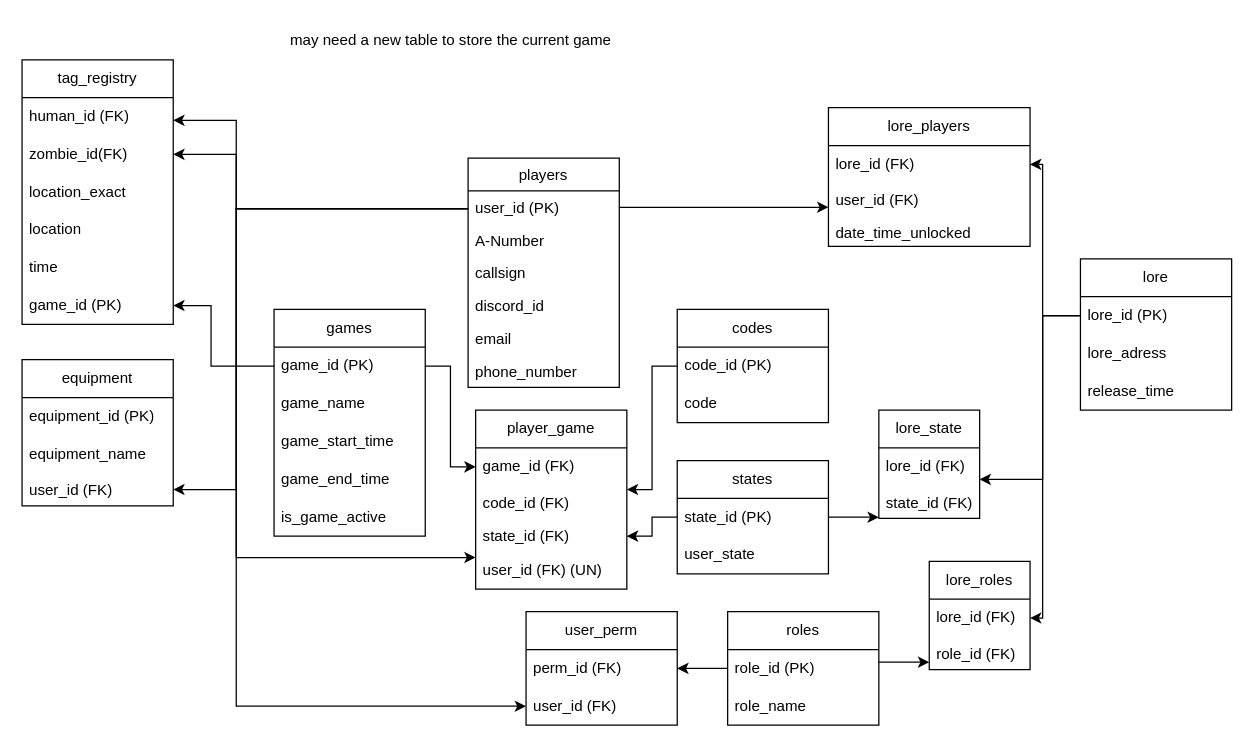
Before: HvZ SQL outline.drawio in hutonahill/HvZ_USU_Site, a draw.io diagram. Source tidied: cells renumbered, new cells numbered last; positions are measured from the earlier drawing's top-left corner, leaving out a move shared by most shapes. Both pictures are drawn from the tidied source at 126%, with x=0, y=0 at pixel (21, 21).
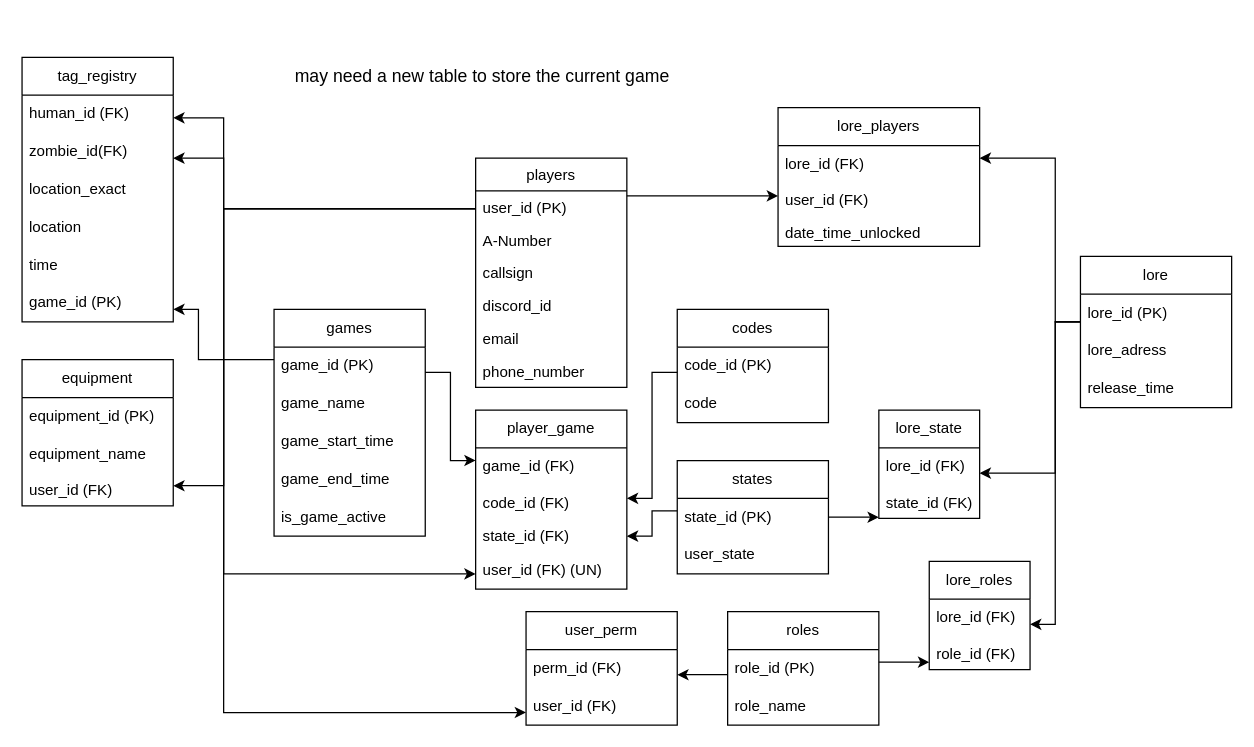
The same page after the edit.

Unchanged cells that the change refers to:
```xml
<mxCell id="3" value="user_id (PK)" style="text;align=left;verticalAlign=top;spacingLeft=4;spacingRight=4;overflow=hidden;points=[[0,0.5],[1,0.5]];portConstraint=eastwest;rounded=0;shadow=0;html=0;" parent="2" vertex="1">
  <mxGeometry y="26" width="120" height="26" as="geometry" />
</mxCell>
<mxCell id="10" value="code_id (PK)" style="text;strokeColor=none;fillColor=none;align=left;verticalAlign=middle;spacingLeft=4;spacingRight=4;overflow=hidden;points=[[0,0.5],[1,0.5]];portConstraint=eastwest;whiteSpace=wrap;html=1;" parent="9" vertex="1">
  <mxGeometry y="30" width="120" height="30" as="geometry" />
</mxCell>
<mxCell id="13" value="states" style="swimlane;fontStyle=0;horizontal=1;startSize=30;whiteSpace=wrap;html=1;" parent="1" vertex="1">
  <mxGeometry x="520" y="348" width="120" height="90" as="geometry" />
</mxCell>
<mxCell id="14" value="state_id (PK)" style="text;strokeColor=none;fillColor=none;align=left;verticalAlign=middle;spacingLeft=4;spacingRight=4;overflow=hidden;points=[[0,0.5],[1,0.5]];portConstraint=eastwest;whiteSpace=wrap;html=1;" parent="13" vertex="1">
  <mxGeometry y="30" width="120" height="30" as="geometry" />
</mxCell>
<mxCell id="17" value="role_id (PK)" style="text;strokeColor=none;fillColor=none;align=left;verticalAlign=middle;spacingLeft=4;spacingRight=4;overflow=hidden;points=[[0,0.5],[1,0.5]];portConstraint=eastwest;whiteSpace=wrap;html=1;" parent="16" vertex="1">
  <mxGeometry y="30" width="120" height="30" as="geometry" />
</mxCell>
<mxCell id="20" value="human_id (FK)" style="text;strokeColor=none;fillColor=none;align=left;verticalAlign=middle;spacingLeft=4;spacingRight=4;overflow=hidden;points=[[0,0.5],[1,0.5]];portConstraint=eastwest;whiteSpace=wrap;html=1;" parent="19" vertex="1">
  <mxGeometry y="30" width="120" height="30" as="geometry" />
</mxCell>
<mxCell id="21" value="zombie_id(FK)" style="text;strokeColor=none;fillColor=none;align=left;verticalAlign=middle;spacingLeft=4;spacingRight=4;overflow=hidden;points=[[0,0.5],[1,0.5]];portConstraint=eastwest;whiteSpace=wrap;html=1;" parent="19" vertex="1">
  <mxGeometry y="60" width="120" height="30" as="geometry" />
</mxCell>
<mxCell id="25" value="game_id (PK)" style="text;strokeColor=none;fillColor=none;align=left;verticalAlign=middle;spacingLeft=4;spacingRight=4;overflow=hidden;points=[[0,0.5],[1,0.5]];portConstraint=eastwest;whiteSpace=wrap;html=1;" parent="19" vertex="1">
  <mxGeometry y="180" width="120" height="30" as="geometry" />
</mxCell>
<mxCell id="30" value="lore_id (PK)" style="text;strokeColor=none;fillColor=none;align=left;verticalAlign=middle;spacingLeft=4;spacingRight=4;overflow=hidden;points=[[0,0.5],[1,0.5]];portConstraint=eastwest;whiteSpace=wrap;html=1;" parent="29" vertex="1">
  <mxGeometry y="30" width="120" height="30" as="geometry" />
</mxCell>
<mxCell id="34" value="lore_id (FK)" style="text;strokeColor=none;fillColor=none;align=left;verticalAlign=middle;spacingLeft=4;spacingRight=4;overflow=hidden;points=[[0,0.5],[1,0.5]];portConstraint=eastwest;whiteSpace=wrap;html=1;" parent="33" vertex="1">
  <mxGeometry y="30" width="160" height="30" as="geometry" />
</mxCell>
<mxCell id="35" value="user_id (FK)" style="text;align=left;verticalAlign=top;spacingLeft=4;spacingRight=4;overflow=hidden;points=[[0,0.5],[1,0.5]];portConstraint=eastwest;rounded=0;shadow=0;html=0;" parent="33" vertex="1">
  <mxGeometry y="60" width="160" height="26" as="geometry" />
</mxCell>
<mxCell id="41" value="user_id (FK)" style="text;align=left;verticalAlign=top;spacingLeft=4;spacingRight=4;overflow=hidden;points=[[0,0.5],[1,0.5]];portConstraint=eastwest;rounded=0;shadow=0;html=0;" parent="38" vertex="1">
  <mxGeometry y="90" width="120" height="26" as="geometry" />
</mxCell>
<mxCell id="45" value="lore_id (FK)" style="text;strokeColor=none;fillColor=none;align=left;verticalAlign=middle;spacingLeft=4;spacingRight=4;overflow=hidden;points=[[0,0.5],[1,0.5]];portConstraint=eastwest;whiteSpace=wrap;html=1;" parent="44" vertex="1">
  <mxGeometry y="30" width="80" height="30" as="geometry" />
</mxCell>
<mxCell id="46" value="state_id (FK)" style="text;align=left;verticalAlign=top;spacingLeft=4;spacingRight=4;overflow=hidden;points=[[0,0.5],[1,0.5]];portConstraint=eastwest;rounded=0;shadow=0;html=0;" parent="44" vertex="1">
  <mxGeometry y="60" width="80" height="26" as="geometry" />
</mxCell>
<mxCell id="50" value="perm_id (FK)" style="text;strokeColor=none;fillColor=none;align=left;verticalAlign=middle;spacingLeft=4;spacingRight=4;overflow=hidden;points=[[0,0.5],[1,0.5]];portConstraint=eastwest;whiteSpace=wrap;html=1;" parent="49" vertex="1">
  <mxGeometry y="30" width="120" height="30" as="geometry" />
</mxCell>
<mxCell id="51" value="user_id (FK)" style="text;strokeColor=none;fillColor=none;align=left;verticalAlign=middle;spacingLeft=4;spacingRight=4;overflow=hidden;points=[[0,0.5],[1,0.5]];portConstraint=eastwest;whiteSpace=wrap;html=1;" parent="49" vertex="1">
  <mxGeometry y="60" width="120" height="30" as="geometry" />
</mxCell>
<mxCell id="55" value="lore_id (FK)" style="text;strokeColor=none;fillColor=none;align=left;verticalAlign=middle;spacingLeft=4;spacingRight=4;overflow=hidden;points=[[0,0.5],[1,0.5]];portConstraint=eastwest;whiteSpace=wrap;html=1;" parent="54" vertex="1">
  <mxGeometry y="30" width="80" height="30" as="geometry" />
</mxCell>
<mxCell id="60" value="game_id (PK)" style="text;strokeColor=none;fillColor=none;align=left;verticalAlign=middle;spacingLeft=4;spacingRight=4;overflow=hidden;points=[[0,0.5],[1,0.5]];portConstraint=eastwest;whiteSpace=wrap;html=1;" parent="59" vertex="1">
  <mxGeometry y="30" width="120" height="30" as="geometry" />
</mxCell>
<mxCell id="66" value="game_id (FK)" style="text;strokeColor=none;fillColor=none;align=left;verticalAlign=middle;spacingLeft=4;spacingRight=4;overflow=hidden;points=[[0,0.5],[1,0.5]];portConstraint=eastwest;whiteSpace=wrap;html=1;" parent="65" vertex="1">
  <mxGeometry y="30" width="120" height="30" as="geometry" />
</mxCell>
<mxCell id="67" value="code_id (FK)" style="text;align=left;verticalAlign=top;spacingLeft=4;spacingRight=4;overflow=hidden;points=[[0,0.5],[1,0.5]];portConstraint=eastwest;rounded=0;shadow=0;html=0;" parent="65" vertex="1">
  <mxGeometry y="60" width="120" height="26" as="geometry" />
</mxCell>
<mxCell id="68" value="state_id (FK)" style="text;align=left;verticalAlign=top;spacingLeft=4;spacingRight=4;overflow=hidden;points=[[0,0.5],[1,0.5]];portConstraint=eastwest;rounded=0;shadow=0;html=0;" parent="65" vertex="1">
  <mxGeometry y="86" width="120" height="26" as="geometry" />
</mxCell>
<mxCell id="69" value="user_id (FK) (UN)" style="text;strokeColor=none;fillColor=none;align=left;verticalAlign=middle;spacingLeft=4;spacingRight=4;overflow=hidden;points=[[0,0.5],[1,0.5]];portConstraint=eastwest;whiteSpace=wrap;html=1;" parent="65" vertex="1">
  <mxGeometry y="112" width="120" height="30" as="geometry" />
</mxCell>
```

The edit, as a diff of the source:
```diff
@@
     <mxCell id="2" value="players" style="swimlane;fontStyle=0;align=center;verticalAlign=top;horizontal=1;startSize=26;rounded=0;shadow=0;strokeWidth=1;" parent="1" vertex="1">
-      <mxGeometry x="354" y="108" width="120" height="182" as="geometry" />
+      <mxGeometry x="360" y="108" width="120" height="182" as="geometry" />
     </mxCell>
@@
     <mxCell id="12" style="edgeStyle=orthogonalEdgeStyle;rounded=0;jettySize=auto;html=1;" parent="1" edge="1" source="13" target="68">
       <mxGeometry relative="1" as="geometry">
         <Array as="points">
-          <mxPoint x="500" y="393" />
+          <mxPoint x="500" y="388" />
           <mxPoint x="500" y="408" />
         </Array>
       </mxGeometry>
     </mxCell>
@@
     <mxCell id="19" value="tag_registry" style="swimlane;fontStyle=0;horizontal=1;startSize=30;whiteSpace=wrap;html=1;" parent="1" vertex="1">
-      <mxGeometry y="30" width="120" height="210" as="geometry" />
+      <mxGeometry y="28" width="120" height="210" as="geometry" />
     </mxCell>
@@
     <mxCell id="26" style="edgeStyle=orthogonalEdgeStyle;rounded=0;jettySize=auto;html=1;" parent="1" edge="1" source="3" target="20">
       <mxGeometry relative="1" as="geometry">
         <Array as="points">
-          <mxPoint x="170" y="148" />
-          <mxPoint x="170" y="78" />
+          <mxPoint x="160" y="148" />
+          <mxPoint x="160" y="76" />
         </Array>
       </mxGeometry>
     </mxCell>
     <mxCell id="27" style="edgeStyle=orthogonalEdgeStyle;rounded=0;jettySize=auto;html=1;" parent="1" edge="1" source="3" target="21">
       <mxGeometry relative="1" as="geometry">
         <Array as="points">
-          <mxPoint x="170" y="148" />
-          <mxPoint x="170" y="105" />
+          <mxPoint x="160" y="148" />
+          <mxPoint x="160" y="108" />
         </Array>
       </mxGeometry>
     </mxCell>
     <mxCell id="28" style="edgeStyle=orthogonalEdgeStyle;rounded=0;jettySize=auto;html=1;" parent="1" edge="1" source="10" target="67">
       <mxGeometry relative="1" as="geometry">
         <Array as="points">
-          <mxPoint x="500" y="273" />
-          <mxPoint x="500" y="371" />
+          <mxPoint x="500" y="278" />
+          <mxPoint x="500" y="378" />
         </Array>
       </mxGeometry>
     </mxCell>
     <mxCell id="29" value="lore" style="swimlane;fontStyle=0;horizontal=1;startSize=30;whiteSpace=wrap;html=1;" parent="1" vertex="1">
-      <mxGeometry x="840" y="188" width="120" height="120" as="geometry" />
+      <mxGeometry x="840" y="186" width="120" height="120" as="geometry" />
     </mxCell>
@@
     <mxCell id="33" value="lore_players" style="swimlane;fontStyle=0;horizontal=1;startSize=30;whiteSpace=wrap;html=1;" parent="1" vertex="1">
-      <mxGeometry x="640" y="68" width="160" height="110" as="geometry" />
+      <mxGeometry x="600" y="68" width="160" height="110" as="geometry" />
     </mxCell>
@@
     <mxCell id="37" style="edgeStyle=orthogonalEdgeStyle;rounded=0;jettySize=auto;html=1;" parent="1" edge="1" source="30" target="34">
       <mxGeometry relative="1" as="geometry">
         <Array as="points">
-          <mxPoint x="810" y="233" />
-          <mxPoint x="810" y="113" />
+          <mxPoint x="820" y="238" />
+          <mxPoint x="820" y="108" />
         </Array>
       </mxGeometry>
     </mxCell>
@@
     <mxCell id="42" style="edgeStyle=orthogonalEdgeStyle;rounded=0;jettySize=auto;html=1;" parent="1" edge="1" source="3" target="41">
       <mxGeometry relative="1" as="geometry">
         <Array as="points">
-          <mxPoint x="170" y="148" />
-          <mxPoint x="170" y="371" />
+          <mxPoint x="160" y="148" />
+          <mxPoint x="160" y="368" />
         </Array>
       </mxGeometry>
     </mxCell>
     <mxCell id="43" style="edgeStyle=orthogonalEdgeStyle;rounded=0;jettySize=auto;html=1;" parent="1" edge="1" source="3" target="35">
       <mxGeometry relative="1" as="geometry">
         <Array as="points">
-          <mxPoint x="700" y="148" />
+          <mxPoint x="540" y="138" />
+          <mxPoint x="540" y="138" />
         </Array>
       </mxGeometry>
     </mxCell>
@@
     <mxCell id="47" style="edgeStyle=orthogonalEdgeStyle;rounded=0;jettySize=auto;html=1;" parent="1" edge="1" source="30" target="45">
       <mxGeometry relative="1" as="geometry">
         <Array as="points">
-          <mxPoint x="810" y="233" />
-          <mxPoint x="810" y="363" />
+          <mxPoint x="820" y="238" />
+          <mxPoint x="820" y="358" />
         </Array>
       </mxGeometry>
     </mxCell>
     <mxCell id="48" style="edgeStyle=orthogonalEdgeStyle;rounded=0;jettySize=auto;html=1;" parent="1" edge="1" source="14" target="46">
       <mxGeometry relative="1" as="geometry">
         <Array as="points">
-          <mxPoint x="710" y="393" />
-          <mxPoint x="710" y="393" />
+          <mxPoint x="710" y="391" />
+          <mxPoint x="710" y="391" />
         </Array>
       </mxGeometry>
     </mxCell>
@@
     <mxCell id="52" style="edgeStyle=orthogonalEdgeStyle;rounded=0;jettySize=auto;html=1;" parent="1" edge="1" source="17" target="50">
-      <mxGeometry relative="1" as="geometry" />
+      <mxGeometry relative="1" as="geometry">
+        <Array as="points">
+          <mxPoint x="540" y="518" />
+          <mxPoint x="540" y="518" />
+        </Array>
+      </mxGeometry>
     </mxCell>
     <mxCell id="53" style="edgeStyle=orthogonalEdgeStyle;rounded=0;jettySize=auto;html=1;" parent="1" edge="1" source="3" target="51">
       <mxGeometry relative="1" as="geometry">
         <Array as="points">
-          <mxPoint x="170" y="148" />
-          <mxPoint x="170" y="543" />
+          <mxPoint x="160" y="148" />
+          <mxPoint x="160" y="548" />
         </Array>
       </mxGeometry>
     </mxCell>
@@
     <mxCell id="58" style="edgeStyle=orthogonalEdgeStyle;rounded=0;jettySize=auto;html=1;" parent="1" edge="1" source="30" target="55">
       <mxGeometry relative="1" as="geometry">
         <Array as="points">
-          <mxPoint x="810" y="233" />
-          <mxPoint x="810" y="473" />
+          <mxPoint x="820" y="238" />
+          <mxPoint x="820" y="478" />
         </Array>
       </mxGeometry>
     </mxCell>
@@
     <mxCell id="70" style="edgeStyle=orthogonalEdgeStyle;rounded=0;jettySize=auto;html=1;" parent="1" edge="1" source="3" target="69">
       <mxGeometry relative="1" as="geometry">
         <Array as="points">
-          <mxPoint x="170" y="148" />
-          <mxPoint x="170" y="425" />
+          <mxPoint x="160" y="148" />
+          <mxPoint x="160" y="438" />
         </Array>
       </mxGeometry>
     </mxCell>
     <mxCell id="71" style="edgeStyle=orthogonalEdgeStyle;rounded=0;jettySize=auto;html=1;" parent="1" edge="1" source="60" target="66">
       <mxGeometry relative="1" as="geometry">
         <Array as="points">
-          <mxPoint x="340" y="273" />
-          <mxPoint x="340" y="353" />
+          <mxPoint x="340" y="278" />
+          <mxPoint x="340" y="348" />
         </Array>
       </mxGeometry>
     </mxCell>
     <mxCell id="72" style="edgeStyle=orthogonalEdgeStyle;rounded=0;jettySize=auto;html=1;" parent="1" edge="1" source="60" target="25">
       <mxGeometry relative="1" as="geometry">
         <Array as="points">
-          <mxPoint x="150" y="273" />
-          <mxPoint x="150" y="225" />
+          <mxPoint x="140" y="268" />
+          <mxPoint x="140" y="228" />
         </Array>
       </mxGeometry>
     </mxCell>
-    <mxCell id="73" value="may need a new table to store the current game" style="text;html=1;align=center;verticalAlign=middle;strokeColor=none;fillColor=none;" parent="1" vertex="1">
-      <mxGeometry x="200" width="280" height="30" as="geometry" />
+    <mxCell id="73" value="&lt;font style=&quot;font-size: 13px;&quot;&gt;&lt;font style=&quot;font-size: 14px;&quot;&gt;may need a new table to store the current game&lt;/font&gt;&lt;/font&gt;" style="text;html=1;align=center;verticalAlign=middle;strokeColor=none;fillColor=none;" parent="1" vertex="1">
+      <mxGeometry x="200" y="28" width="330" height="30" as="geometry" />
     </mxCell>
```
